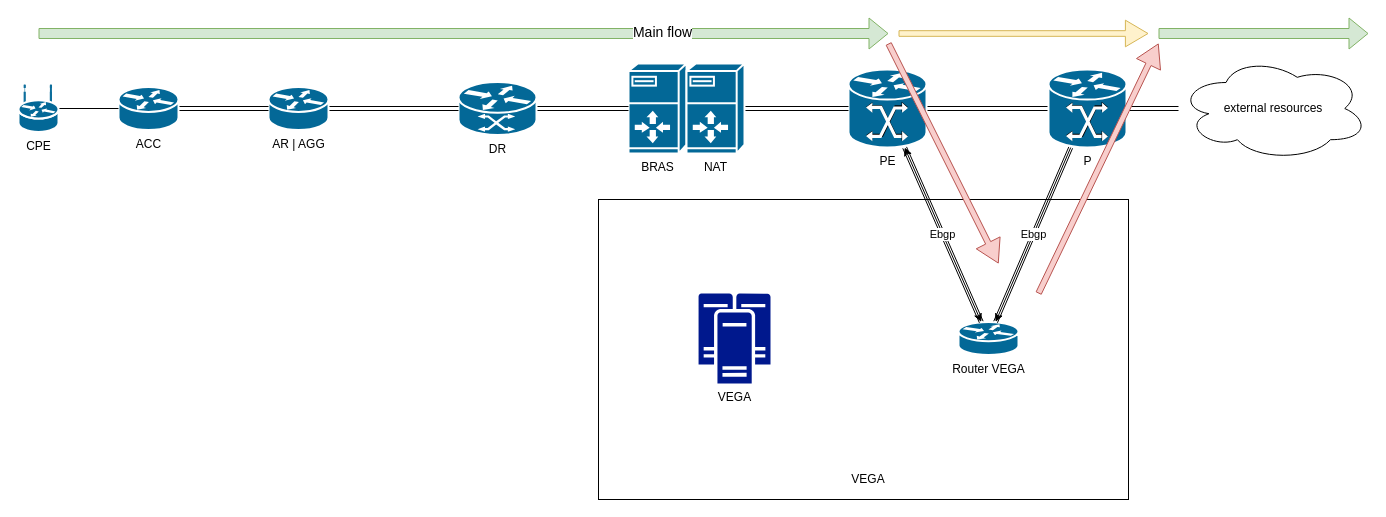
This is Vega_flow.drawio from qqmax7/test, a draw.io file, before an edit. Source tidied: cells renumbered, new cells numbered last; positions are measured from the earlier drawing's top-left corner, leaving out a move shared by most shapes. Both pictures are drawn from the tidied source at 100%, with x=0, y=0 at pixel (18, 33).
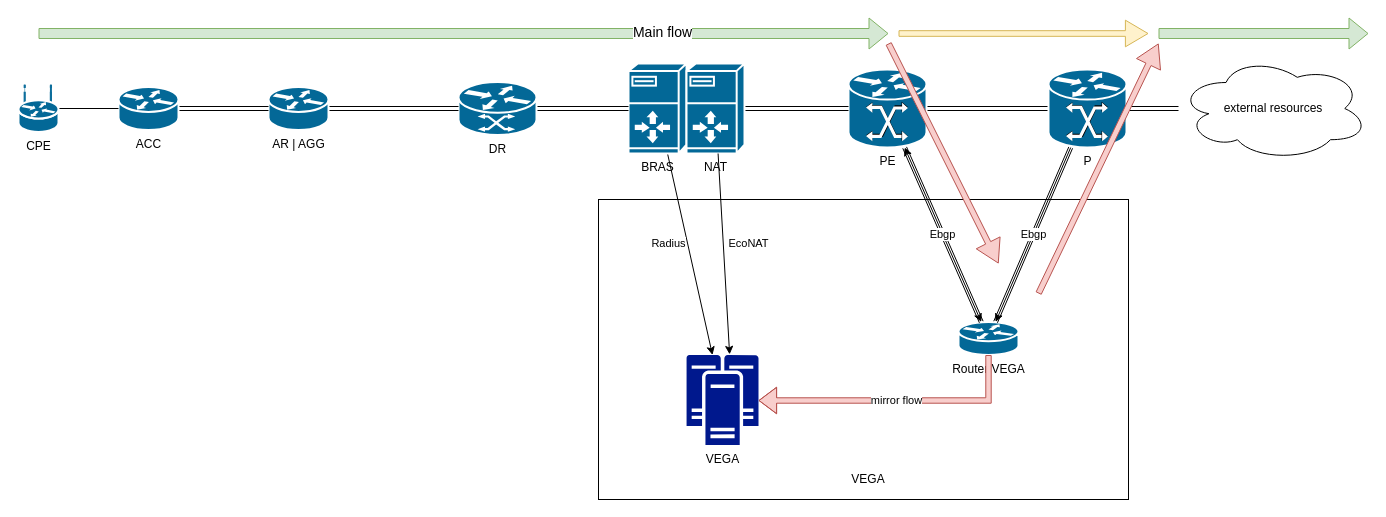
Above is the later version.

Unchanged cells that the change refers to:
```xml
<mxCell id="3" value="Router VEGA" style="shape=mxgraph.cisco.routers.router;sketch=0;html=1;dashed=0;fillColor=#036897;strokeColor=#ffffff;strokeWidth=2;verticalLabelPosition=bottom;verticalAlign=top;align=center;outlineConnect=0;" parent="1" vertex="1">
  <mxGeometry x="940" y="288.5" width="60" height="33" as="geometry" />
</mxCell>
<mxCell id="13" value="BRAS" style="shape=mxgraph.cisco.servers.server_with_router;sketch=0;html=1;dashed=0;fillColor=#036897;strokeColor=#ffffff;strokeWidth=2;verticalLabelPosition=bottom;verticalAlign=top;align=center;outlineConnect=0;" parent="1" vertex="1">
  <mxGeometry x="610" y="30" width="58" height="90" as="geometry" />
</mxCell>
<mxCell id="22" value="NAT" style="shape=mxgraph.cisco.servers.server_with_router;sketch=0;html=1;dashed=0;fillColor=#036897;strokeColor=#ffffff;strokeWidth=2;verticalLabelPosition=bottom;verticalAlign=top;align=center;outlineConnect=0;" parent="1" vertex="1">
  <mxGeometry x="668" y="30" width="58" height="90" as="geometry" />
</mxCell>
```

Diff of the diagram source:
```diff
@@
+    <mxCell id="32" value="Radius" style="rounded=0;jettySize=auto;html=1;" parent="1" edge="1" source="13" target="23">
+      <mxGeometry x="-0.15" y="-19" relative="1" as="geometry" />
+    </mxCell>
@@
     <mxCell id="23" value="VEGA" style="sketch=0;shadow=0;dashed=0;html=1;strokeColor=none;labelPosition=center;verticalLabelPosition=bottom;verticalAlign=top;align=center;fillColor=#00188D;shape=mxgraph.mscae.enterprise.cluster_server;" parent="1" vertex="1">
-      <mxGeometry x="680" y="260" width="72" height="90" as="geometry" />
+      <mxGeometry x="668" y="321.5" width="72" height="90" as="geometry" />
     </mxCell>
@@
+    <mxCell id="33" value="EcoNAT" style="rounded=0;jettySize=auto;html=1;entryX=0.599;entryY=-0.007;entryDx=0;entryDy=0;entryPerimeter=0;" parent="1" edge="1" source="22" target="23">
+      <mxGeometry x="-0.09" y="25" relative="1" as="geometry" />
+    </mxCell>
+    <mxCell id="34" value="mirror flow" style="edgeStyle=orthogonalEdgeStyle;rounded=0;jettySize=auto;html=1;shape=flexArrow;fillColor=#f8cecc;strokeColor=#b85450;width=5.416666666666667;endSize=5.529166666666667;" parent="1" edge="1" source="3">
+      <mxGeometry relative="1" as="geometry">
+        <mxPoint x="740" y="367" as="targetPoint" />
+        <Array as="points">
+          <mxPoint x="970" y="367" />
+        </Array>
+      </mxGeometry>
+    </mxCell>
```
